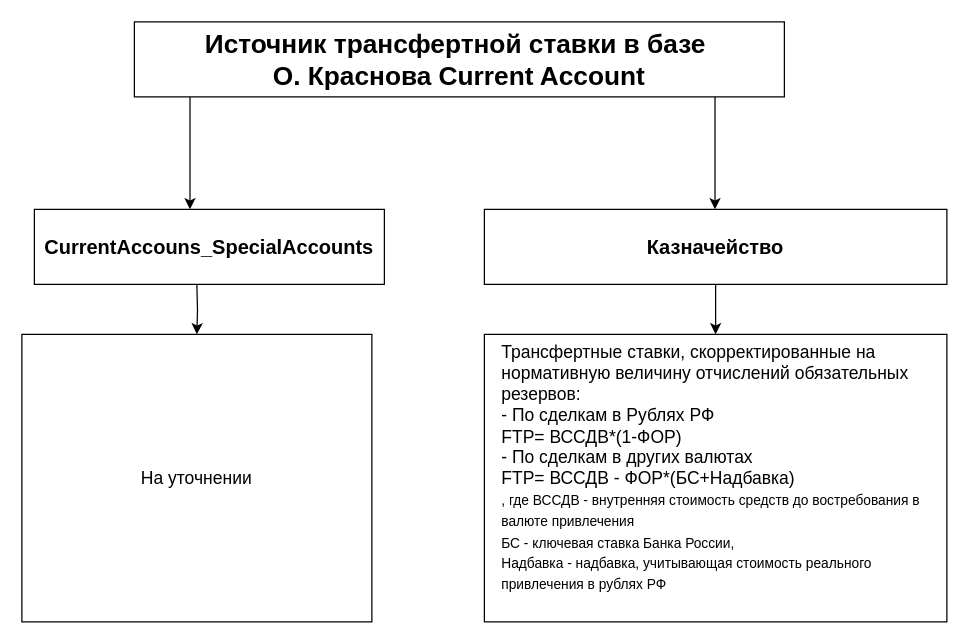
Above: page "CA" (4 of 5) of Диаграмма без названия.drawio in NATALYAAAAAAAA/potter (draw.io), before the change. Source tidied: cells renumbered, new cells numbered last; positions are measured from the earlier drawing's top-left corner, leaving out a move shared by most shapes. Both pictures are drawn from the tidied source at 125%, with x=0, y=0 at pixel (21, 21).
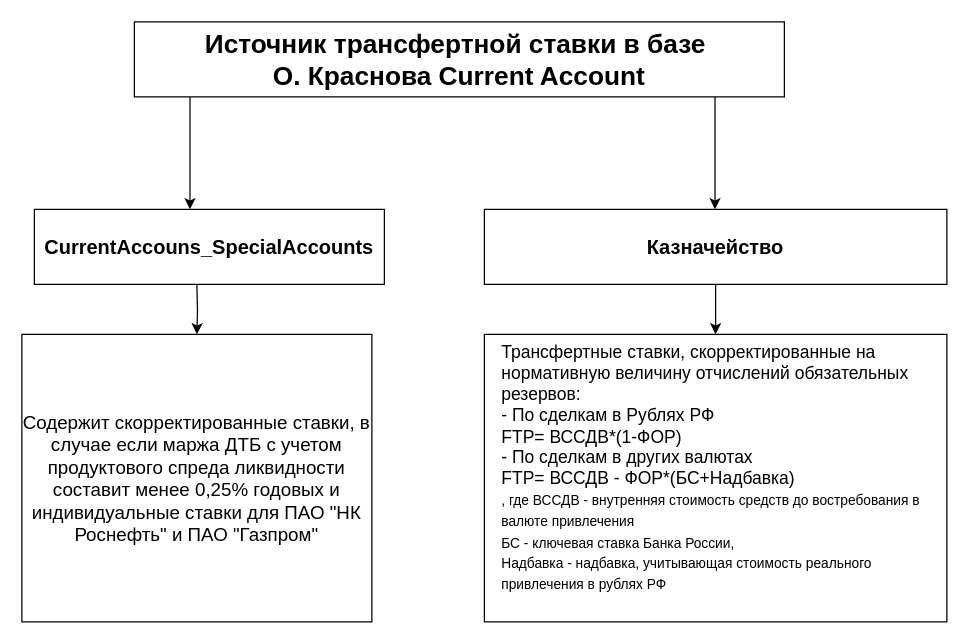
The same page after the edit.

What changed in the source:
```diff
@@
 <mxGraphModel>
   <root>
     <mxCell id="0" />
     <mxCell id="1" parent="0" />
     <mxCell id="2" value="&lt;div&gt;Трансфертные ставки, скорректированные на нормативную величину отчислений обязательных резервов:&lt;/div&gt;&lt;div&gt;- По сделкам в Рублях РФ&lt;/div&gt;&lt;div&gt;FTP= ВССДВ*(1-ФОР)&lt;/div&gt;&lt;div&gt;- По сделкам в других валютах&lt;/div&gt;&lt;div&gt;FTP= ВССДВ - ФОР*(БС+Надбавка)&lt;/div&gt;&lt;div&gt;&lt;font style=&quot;font-size: 11px;&quot;&gt;, где&amp;nbsp;&lt;span style=&quot;background-color: transparent; color: light-dark(rgb(0, 0, 0), rgb(255, 255, 255));&quot;&gt;ВССДВ - внутренняя стоимость средств до востребования в валюте привлечения&lt;/span&gt;&lt;/font&gt;&lt;/div&gt;&lt;div&gt;&lt;span style=&quot;font-size: 11px;&quot;&gt;БС - ключевая ставка Банка России,&lt;/span&gt;&lt;/div&gt;&lt;div&gt;&lt;span style=&quot;font-size: 11px;&quot;&gt;Надбавка - надбавка, учитывающая стоимость реального привлечения в рублях РФ&lt;/span&gt;&lt;/div&gt;&lt;div&gt;&lt;br&gt;&lt;/div&gt;" style="whiteSpace=wrap;html=1;fontSize=14;align=left;spacingTop=0;spacing=14;" parent="1" vertex="1">
       <mxGeometry x="370" y="250" width="370" height="230" as="geometry" />
     </mxCell>
     <mxCell id="3" style="edgeStyle=orthogonalEdgeStyle;rounded=0;jettySize=auto;html=1;entryX=0.5;entryY=0;entryDx=0;entryDy=0;" parent="1" edge="1" source="4" target="2">
       <mxGeometry relative="1" as="geometry" />
     </mxCell>
     <mxCell id="4" value="&lt;b&gt;&lt;font style=&quot;font-size: 16px;&quot;&gt;Казначейство&lt;/font&gt;&lt;/b&gt;" style="rounded=0;whiteSpace=wrap;html=1;fontSize=14;" parent="1" vertex="1">
       <mxGeometry x="370" y="150" width="370" height="60" as="geometry" />
     </mxCell>
     <mxCell id="5" style="edgeStyle=orthogonalEdgeStyle;rounded=0;orthogonalLoop=1;jettySize=auto;html=1;entryX=0.5;entryY=0;entryDx=0;entryDy=0;" parent="1" edge="1">
       <mxGeometry relative="1" as="geometry">
         <mxPoint x="140" y="210" as="sourcePoint" />
         <mxPoint x="140" y="250" as="targetPoint" />
       </mxGeometry>
     </mxCell>
     <mxCell id="6" style="endArrow=classic;html=1;rounded=0;" parent="1" edge="1">
       <mxGeometry relative="1" as="geometry">
         <mxPoint x="134.5" y="57" as="sourcePoint" />
         <mxPoint x="134.5" y="150" as="targetPoint" />
       </mxGeometry>
     </mxCell>
     <mxCell id="7" style="endArrow=classic;html=1;rounded=0;" parent="1" edge="1">
       <mxGeometry relative="1" as="geometry">
         <mxPoint x="554.5" y="57" as="sourcePoint" />
         <mxPoint x="554.5" y="150" as="targetPoint" />
       </mxGeometry>
     </mxCell>
     <mxCell id="8" value="&lt;b style=&quot;font-size: 21px;&quot;&gt;Источник трансфертной ставки в базе&amp;nbsp;&lt;/b&gt;&lt;div&gt;&lt;b style=&quot;font-size: 21px;&quot;&gt;О. Краснова Current Account&lt;/b&gt;&lt;/div&gt;" style="rounded=0;whiteSpace=wrap;html=1;" parent="1" vertex="1">
       <mxGeometry x="90" width="520" height="60" as="geometry" />
     </mxCell>
     <mxCell id="9" value="&lt;b&gt;&lt;font style=&quot;font-size: 16px;&quot;&gt;CurrentAccouns_SpecialAccounts&lt;/font&gt;&lt;/b&gt;" style="rounded=0;whiteSpace=wrap;html=1;" parent="1" vertex="1">
       <mxGeometry x="10" y="150" width="280" height="60" as="geometry" />
     </mxCell>
-    <mxCell id="10" value="&lt;font style=&quot;font-size: 14px;&quot;&gt;На уточнении&lt;/font&gt;" style="rounded=0;whiteSpace=wrap;html=1;" parent="1" vertex="1">
+    <mxCell id="10" value="&lt;font style=&quot;font-size: 15px;&quot;&gt;Содержит скорректированные ставки, в случае если маржа ДТБ с учетом продуктового спреда ликвидности составит менее 0,25% годовых и индивидуальные ставки для ПАО &quot;НК Роснефть&quot; и ПАО &quot;Газпром&quot;&lt;/font&gt;" style="rounded=0;whiteSpace=wrap;html=1;" parent="1" vertex="1">
       <mxGeometry y="250" width="280" height="230" as="geometry" />
     </mxCell>
   </root>
 </mxGraphModel>
```
